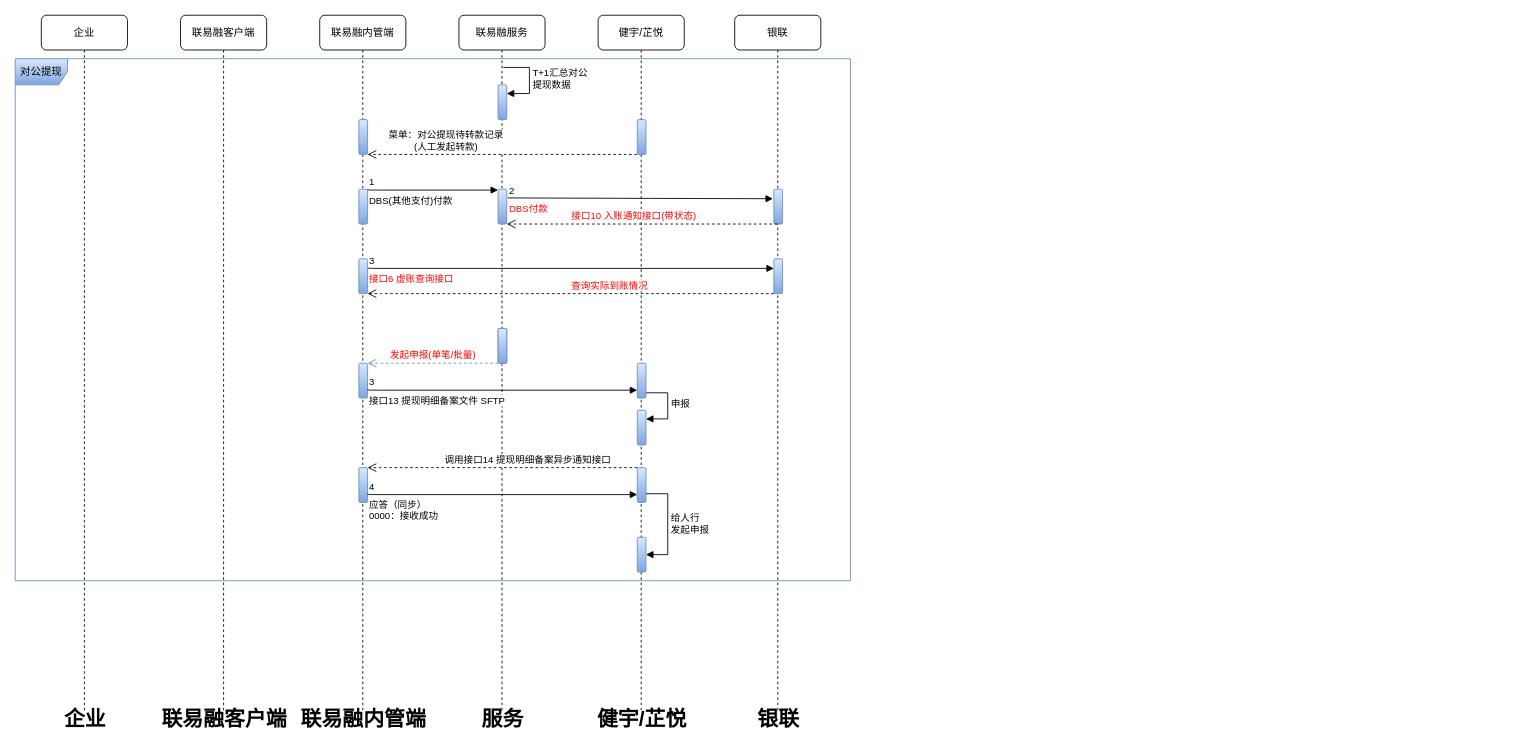
Before: LLSI/对公还原申报异常处理.drawio in 0573xieguojia/To-program, a draw.io diagram. Source tidied: cells renumbered, new cells numbered last; positions are measured from the earlier drawing's top-left corner, leaving out a move shared by most shapes. Both pictures are drawn from the tidied source at 87%, with x=0, y=0 at pixel (15, 15).
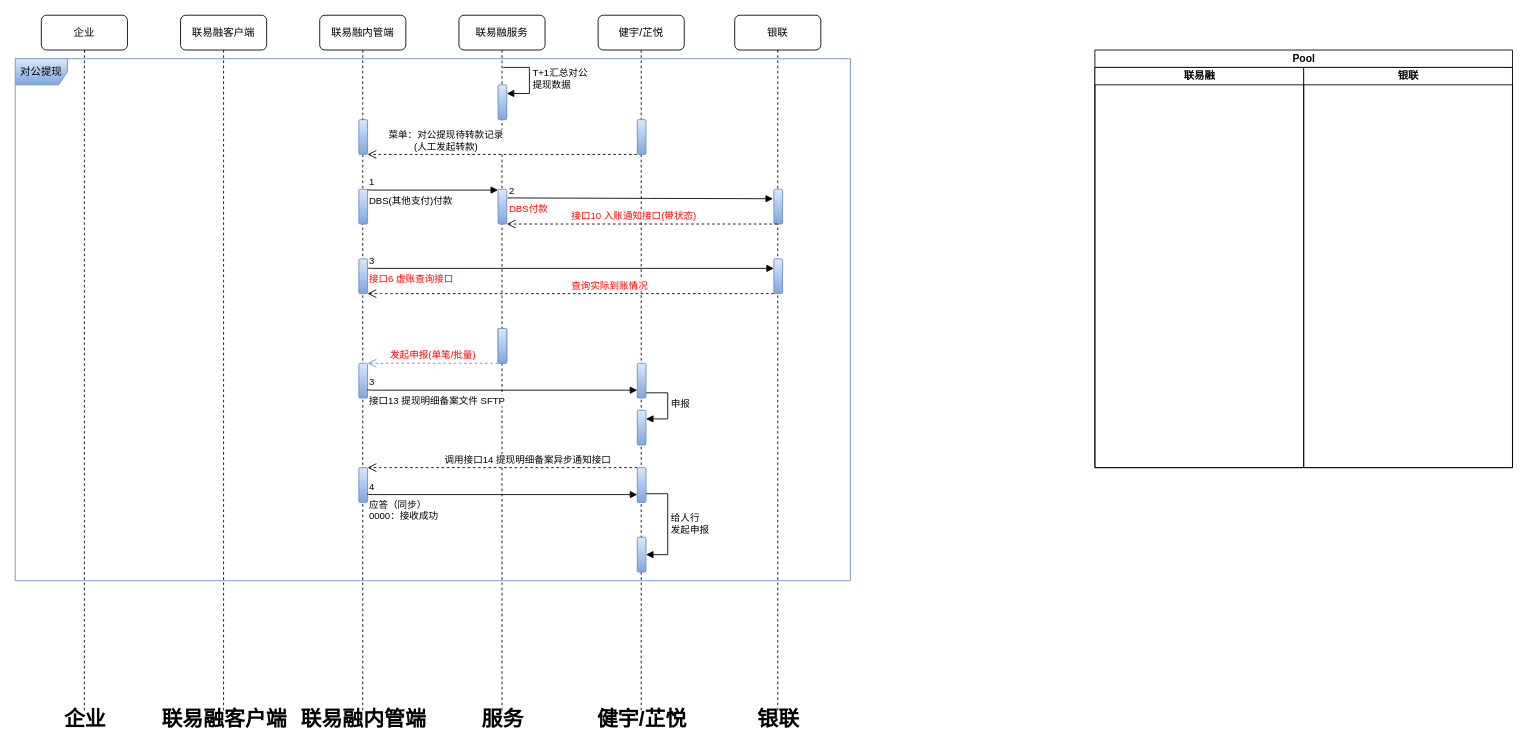
The same page after the edit.

Commit message (it also covers changes not shown here):
更新对公还原申报异常处理.drawio

Change to the diagram source:
```diff
@@
+    <mxCell id="49" value="Pool" style="swimlane;startSize=20;html=1;" parent="1" vertex="1">
+      <mxGeometry x="1241" y="40" width="480" height="480" as="geometry" />
+    </mxCell>
+    <mxCell id="50" value="联易融" style="swimlane;startSize=20;html=1;" parent="49" vertex="1">
+      <mxGeometry y="20" width="240" height="460" as="geometry" />
+    </mxCell>
+    <mxCell id="51" value="银联" style="swimlane;startSize=20;html=1;" parent="49" vertex="1">
+      <mxGeometry x="240" y="20" width="240" height="460" as="geometry" />
+    </mxCell>
```
